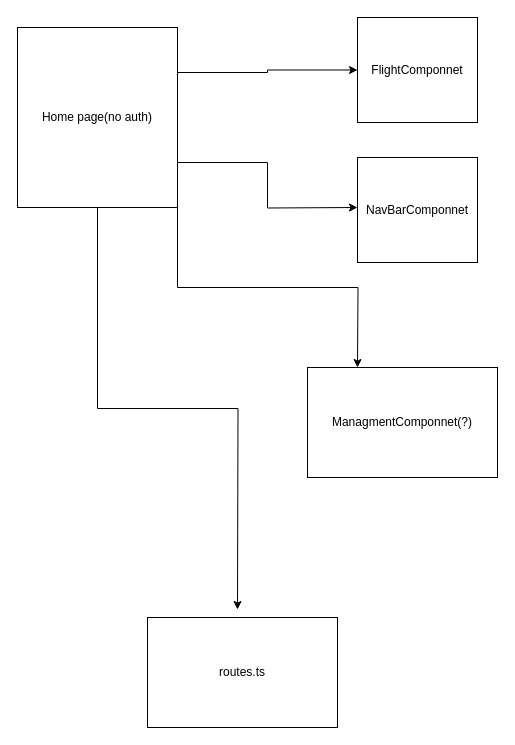
The draw.io diagram page "Front" (2 of 3) of FlightBoard.drawio in bariudin777/Atriis-Flight-app, before the edit. Source tidied: cells renumbered, new cells numbered last; positions are measured from the earlier drawing's top-left corner, leaving out a move shared by most shapes. Both pictures are drawn from the tidied source at 100%, with x=0, y=0 at pixel (17, 17).
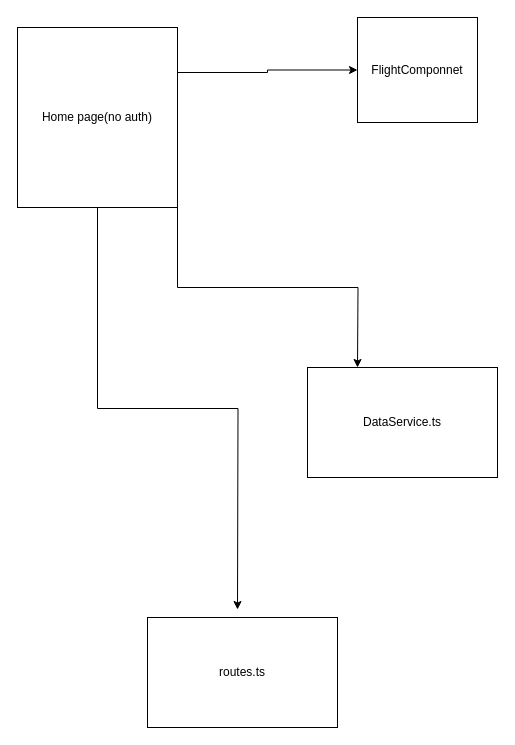
After the change.

Change to the diagram source:
```diff
@@
 <mxGraphModel>
   <root>
     <mxCell id="0" />
     <mxCell id="1" parent="0" />
     <mxCell id="2" style="edgeStyle=orthogonalEdgeStyle;rounded=0;jettySize=auto;html=1;exitX=1;exitY=0.25;exitDx=0;exitDy=0;" parent="1" edge="1" source="6" target="7">
       <mxGeometry relative="1" as="geometry" />
     </mxCell>
-    <mxCell id="3" style="edgeStyle=orthogonalEdgeStyle;rounded=0;jettySize=auto;html=1;exitX=1;exitY=0.75;exitDx=0;exitDy=0;" parent="1" edge="1" source="6">
-      <mxGeometry relative="1" as="geometry">
-        <mxPoint x="340" y="190" as="targetPoint" />
-      </mxGeometry>
-    </mxCell>
     <mxCell id="4" style="edgeStyle=orthogonalEdgeStyle;rounded=0;jettySize=auto;html=1;exitX=1;exitY=1;exitDx=0;exitDy=0;" parent="1" edge="1" source="6">
       <mxGeometry relative="1" as="geometry">
         <mxPoint x="340" y="350" as="targetPoint" />
       </mxGeometry>
     </mxCell>
     <mxCell id="5" style="edgeStyle=orthogonalEdgeStyle;rounded=0;jettySize=auto;html=1;exitX=0.5;exitY=1;exitDx=0;exitDy=0;" parent="1" edge="1" source="6">
       <mxGeometry relative="1" as="geometry">
         <mxPoint x="220" y="592" as="targetPoint" />
       </mxGeometry>
     </mxCell>
     <mxCell id="6" value="Home page(no auth)" style="rounded=0;whiteSpace=wrap;html=1;" parent="1" vertex="1">
       <mxGeometry y="10" width="160" height="180" as="geometry" />
     </mxCell>
     <mxCell id="7" value="FlightComponnet" style="rounded=0;whiteSpace=wrap;html=1;" parent="1" vertex="1">
       <mxGeometry x="340" width="120" height="105" as="geometry" />
     </mxCell>
-    <mxCell id="8" value="NavBarComponnet" style="rounded=0;whiteSpace=wrap;html=1;" parent="1" vertex="1">
-      <mxGeometry x="340" y="140" width="120" height="105" as="geometry" />
-    </mxCell>
-    <mxCell id="9" value="ManagmentComponnet(?)" style="rounded=0;whiteSpace=wrap;html=1;" parent="1" vertex="1">
+    <mxCell id="9" value="DataService.ts" style="rounded=0;whiteSpace=wrap;html=1;" parent="1" vertex="1">
       <mxGeometry x="290" y="350" width="190" height="110" as="geometry" />
     </mxCell>
     <mxCell id="10" value="routes.ts" style="rounded=0;whiteSpace=wrap;html=1;" parent="1" vertex="1">
       <mxGeometry x="130" y="600" width="190" height="110" as="geometry" />
     </mxCell>
   </root>
 </mxGraphModel>
```
